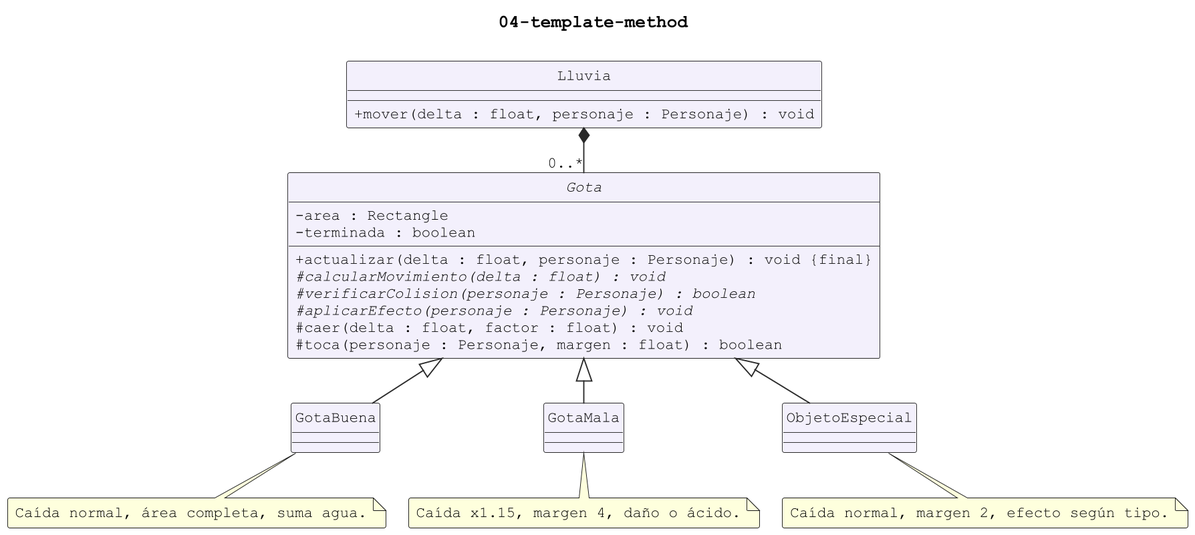
This is docs/uml/04-template-method.png from maverick1006/Proyecto-Game-LLuvia-, a PlantUML export, as it was before one commit.
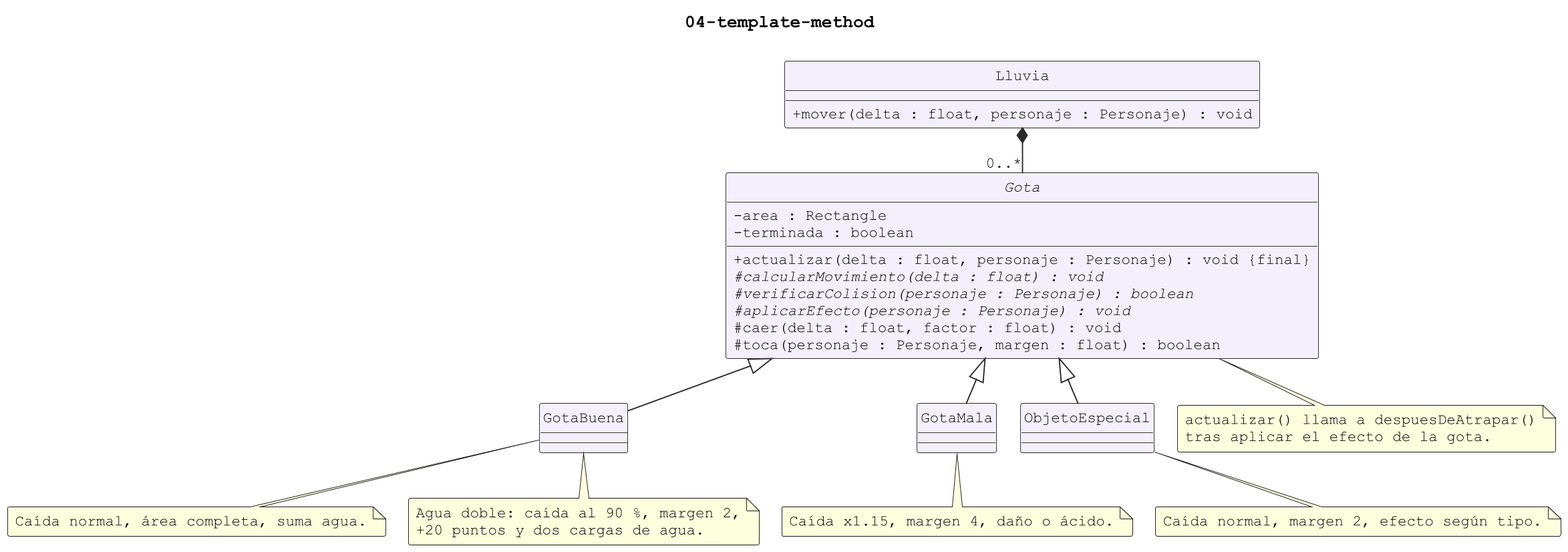
After the change.

What changed in the source:
```diff
@@ -44,4 +44,12 @@
 note bottom of ObjetoEspecial
 Caída normal, margen 2, efecto según tipo.
 end note
+note bottom of Gota
+  actualizar() llama a despuesDeAtrapar()
+  tras aplicar el efecto de la gota.
+end note
+note bottom of GotaBuena
+  Agua doble: caída al 90 %, margen 2,
+  +20 puntos y dos cargas de agua.
+end note
 @enduml
```
